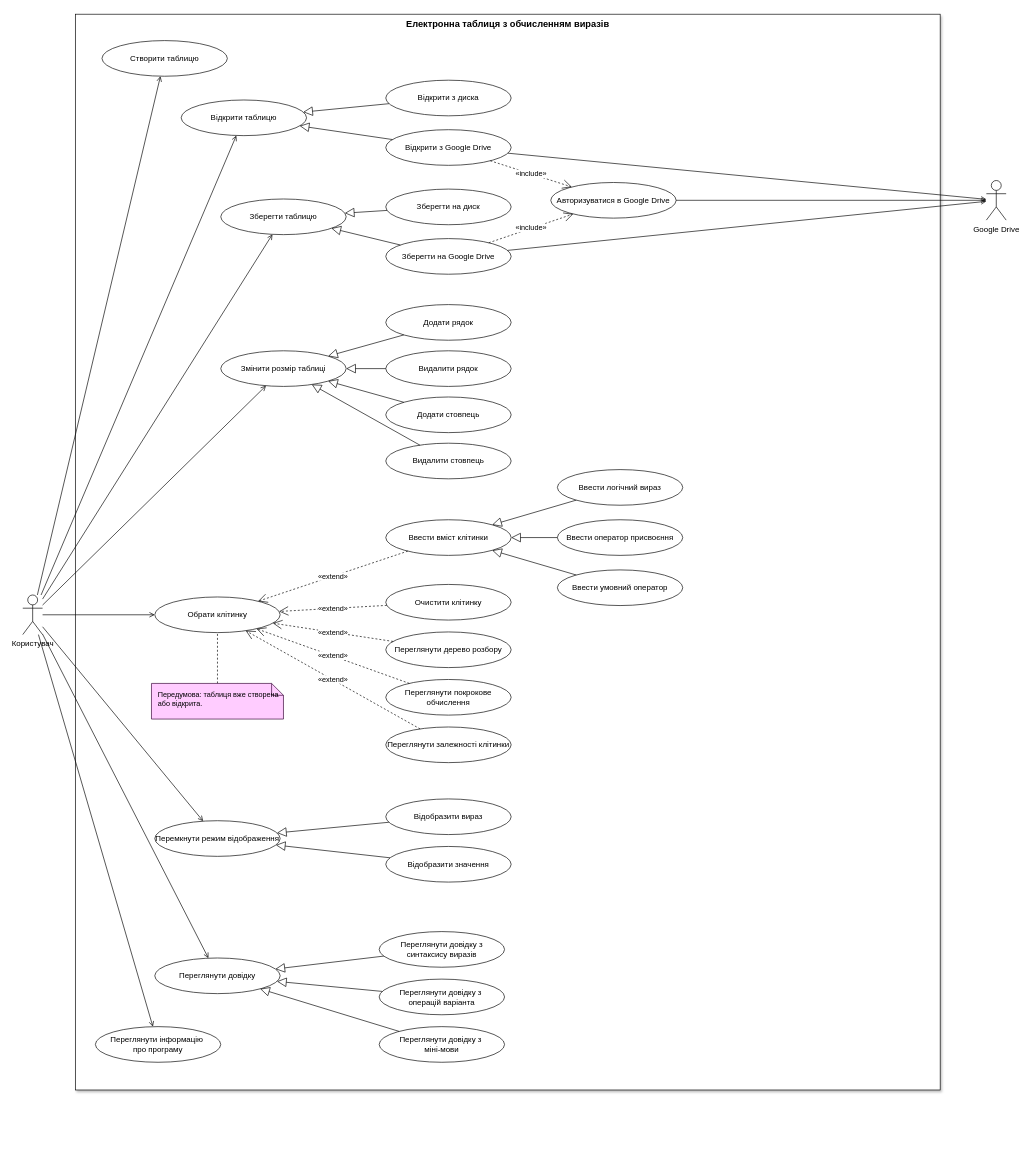
xxieuss/csharp-lab1-expr-spreadsheet keeps this draw.io diagram as docs/lab1_use-case.drawio. Above is the earlier version. Source tidied: cells renumbered, new cells numbered last; positions are measured from the earlier drawing's top-left corner, leaving out a move shared by most shapes. Both pictures are drawn from the tidied source at 66%, with x=0, y=0 at pixel (22, 14).
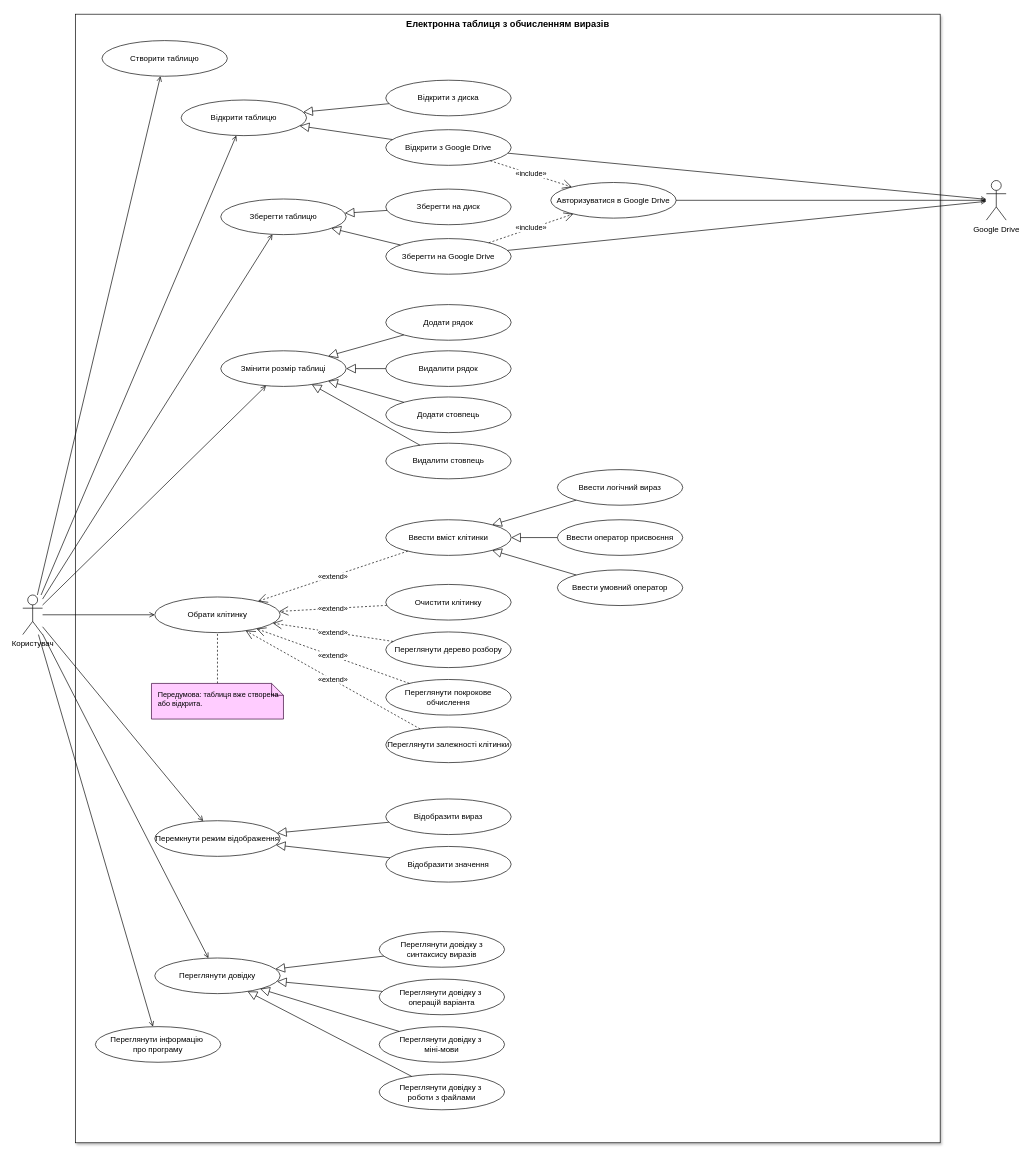
Above is the later version.

Commit message (it also covers changes not shown here):
docs: sync UML diagrams with the implementation

Unchanged cells that the change refers to:
```xml
<mxCell id="56" value="Переглянути довідку" style="ellipse;whiteSpace=wrap;html=1;fontSize=12;" parent="1" vertex="1">
  <mxGeometry x="200" y="1430" width="190" height="54" as="geometry" />
</mxCell>
```

The edit, as a diff of the source:
```diff
@@
     <mxCell id="2" value="Електронна таблиця з обчисленням виразів" style="rounded=0;whiteSpace=wrap;html=1;verticalAlign=top;fontSize=14;fontStyle=1;glass=0;shadow=1;" parent="1" vertex="1">
-      <mxGeometry x="80" width="1310" height="1630" as="geometry" />
+      <mxGeometry x="80" width="1310" height="1710" as="geometry" />
     </mxCell>
@@
+    <mxCell id="71" value="Переглянути довідку з&amp;nbsp;&lt;div&gt;роботи з файлами&lt;/div&gt;" style="ellipse;whiteSpace=wrap;html=1;fontSize=12;" parent="1" vertex="1">
+      <mxGeometry x="540" y="1606" width="190" height="54" as="geometry" />
+    </mxCell>
+    <mxCell id="72" style="endArrow=block;endFill=0;endSize=12;html=1;rounded=0;" parent="1" edge="1" source="71" target="56">
+      <mxGeometry relative="1" as="geometry" />
+    </mxCell>
```
